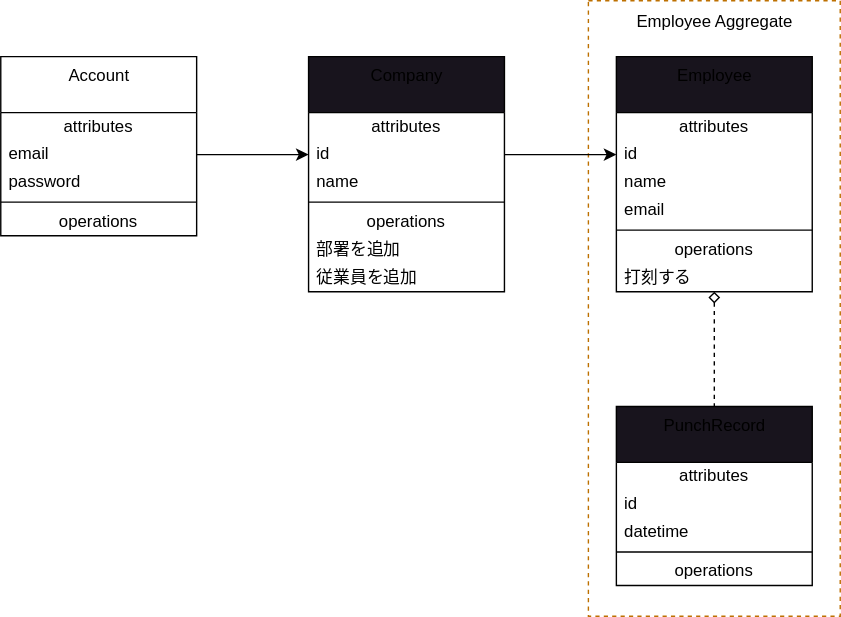
Before: uml.drawio.svg, a diagram exported from draw.io (kumagai-s/flow-ddd). Source tidied: cells renumbered, new cells last; positions are measured from the earlier drawing's top-left corner, leaving out a move shared by most shapes.
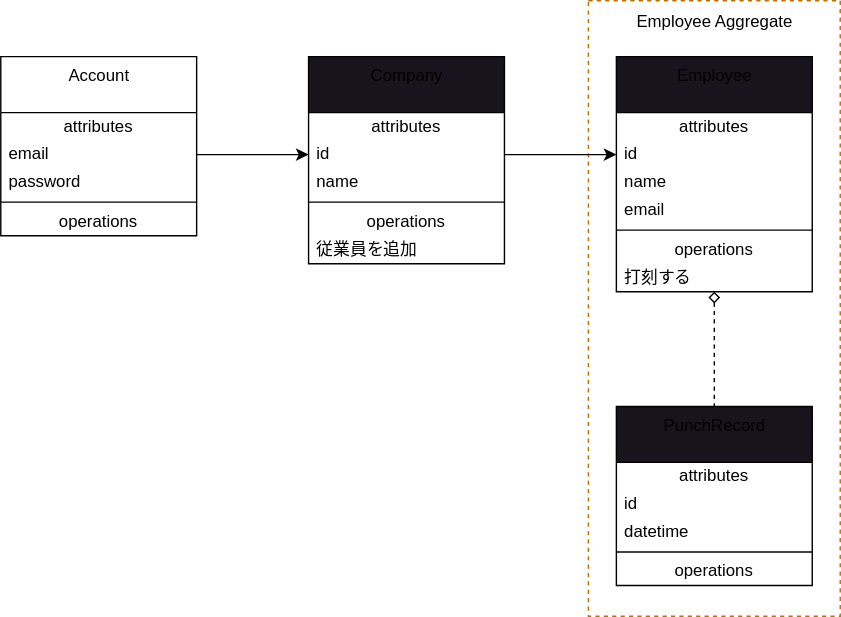
Later version of the same file.

Change to the diagram source:
```diff
@@ -9,7 +9,7 @@
       <mxGeometry relative="1" as="geometry" />
     </mxCell>
     <mxCell id="4" value="Company" style="swimlane;fontStyle=0;align=center;verticalAlign=top;horizontal=1;startSize=40;html=1;fillColor=rgb(24, 20, 29);" parent="1" vertex="1">
-      <mxGeometry x="220" y="40" width="140" height="168" as="geometry" />
+      <mxGeometry x="220" y="40" width="140" height="148" as="geometry" />
     </mxCell>
     <mxCell id="5" value="attributes" style="text;html=1;strokeColor=none;fillColor=none;align=center;verticalAlign=middle;spacingLeft=4;spacingRight=4;overflow=hidden;" parent="4" vertex="1">
       <mxGeometry y="40" width="140" height="20" as="geometry" />
@@ -26,11 +26,8 @@
     <mxCell id="9" value="operations" style="text;html=1;strokeColor=none;fillColor=none;align=center;verticalAlign=middle;spacingLeft=4;spacingRight=4;overflow=hidden;" parent="4" vertex="1">
       <mxGeometry y="108" width="140" height="20" as="geometry" />
     </mxCell>
-    <mxCell id="10" value="部署を追加" style="text;html=1;strokeColor=none;fillColor=none;align=left;verticalAlign=middle;spacingLeft=4;spacingRight=4;overflow=hidden;" parent="4" vertex="1">
-      <mxGeometry y="128" width="140" height="20" as="geometry" />
-    </mxCell>
     <mxCell id="11" value="従業員を追加" style="text;html=1;strokeColor=none;fillColor=none;align=left;verticalAlign=middle;spacingLeft=4;spacingRight=4;overflow=hidden;" parent="4" vertex="1">
-      <mxGeometry y="148" width="140" height="20" as="geometry" />
+      <mxGeometry y="128" width="140" height="20" as="geometry" />
     </mxCell>
     <mxCell id="12" style="edgeStyle=none;html=1;entryX=0.5;entryY=0;entryDx=0;entryDy=0;dashed=1;endArrow=none;endFill=0;startArrow=diamond;startFill=0;" parent="1" edge="1" source="13" target="21">
       <mxGeometry relative="1" as="geometry" />
```
